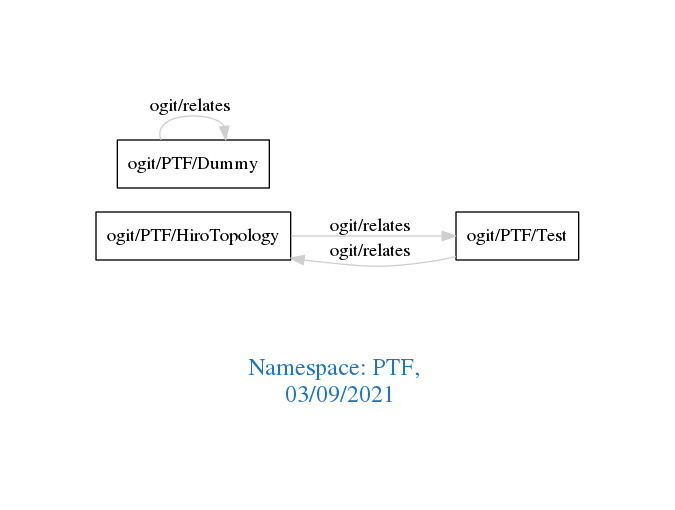
The Graphviz diagram downloads/PTF.png in arago/OGIT, before a commit. Its source is kept beside it as downloads/PTF.dot.
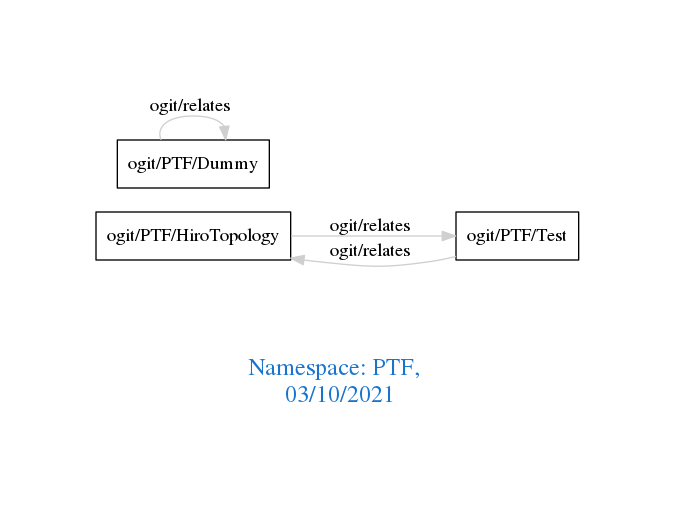
Above is the later version.

Diff of the diagram source:
```diff
@@ -1,7 +1,7 @@
 digraph OGIT_ontology {
  graph [ rankdir= LR,pad=1
 fontsize = 18,
-fontcolor= dodgerblue3,label = "\n\n\nNamespace: PTF, \n 03/09/2021"];
+fontcolor= dodgerblue3,label = "\n\n\nNamespace: PTF, \n 03/10/2021"];
 node[shape=polygon];
 edge [  color="gray81"];
 
```
